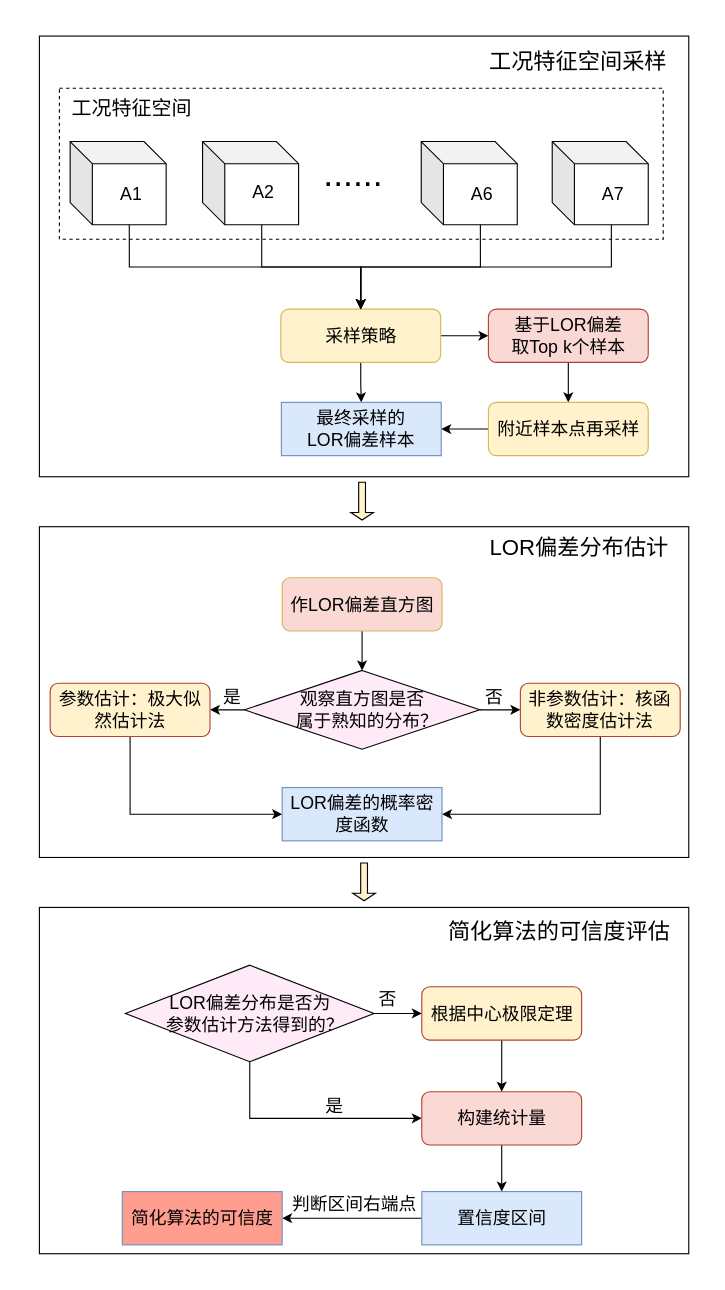
The draw.io diagram 未命名绘图.drawio in ZhangChaoZhong/draw, before the edit. Source tidied: cells renumbered, new cells numbered last; positions are measured from the earlier drawing's top-left corner, leaving out a move shared by most shapes. Both pictures are drawn from the tidied source at 111%, with x=0, y=0 at pixel (39, 36).
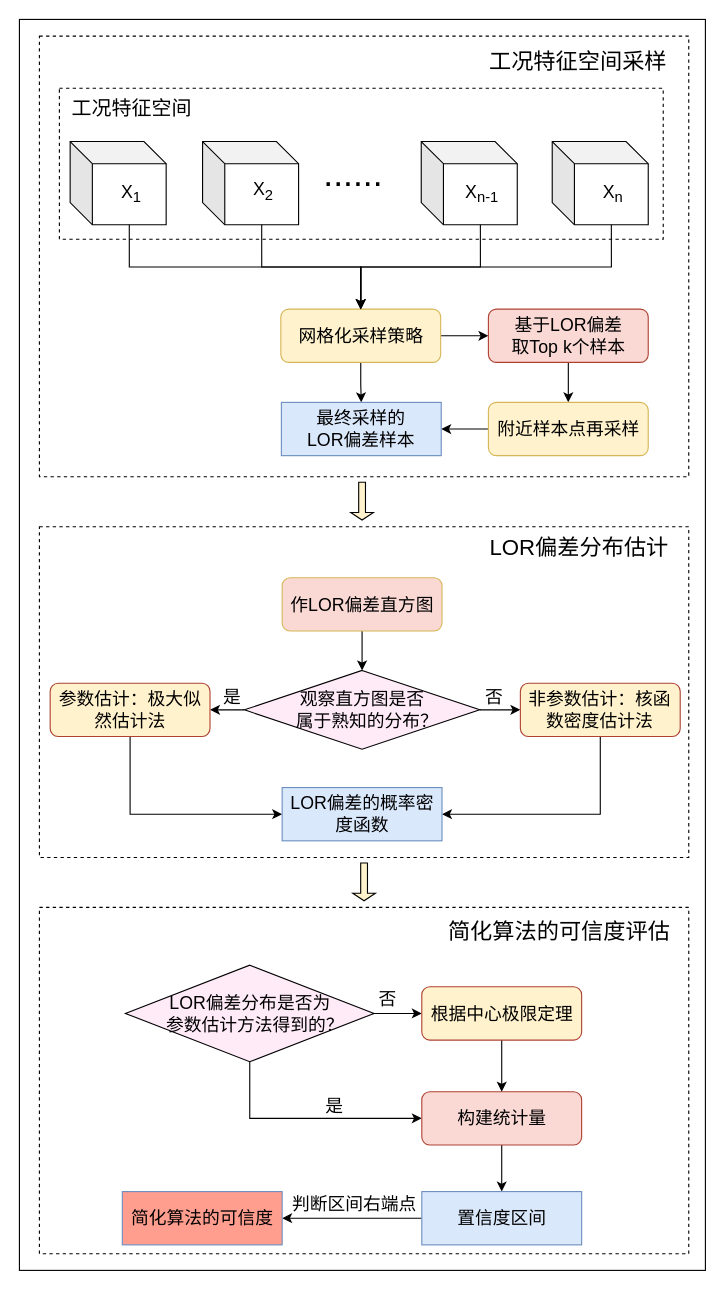
Above is the later version.

Commit message:
更新未命名绘图.drawio

Unchanged cells that the change refers to:
```xml
<mxCell id="8" style="group;" parent="1" vertex="1">
  <mxGeometry x="27.7" y="95" width="86.5" height="75" as="geometry" />
</mxCell>
<mxCell id="11" style="group;" parent="1" vertex="1">
  <mxGeometry x="147" y="93" width="86.5" height="77" as="geometry" />
</mxCell>
<mxCell id="14" style="group;" parent="1" vertex="1">
  <mxGeometry x="344" y="95" width="86.5" height="75" as="geometry" />
</mxCell>
<mxCell id="17" style="group;" parent="1" vertex="1">
  <mxGeometry x="462" y="95" width="86.5" height="75" as="geometry" />
</mxCell>
```

What changed in the source:
```diff
@@
+    <mxCell id="62" style="rounded=0;whiteSpace=wrap;html=1;" parent="1" vertex="1">
+      <mxGeometry x="-18" y="-15" width="618" height="1127" as="geometry" />
+    </mxCell>
-    <mxCell id="2" style="rounded=0;whiteSpace=wrap;html=1;fontSize=16;" parent="1" vertex="1">
+    <mxCell id="2" style="rounded=0;whiteSpace=wrap;html=1;fontSize=16;dashed=1;" parent="1" vertex="1">
       <mxGeometry y="785" width="585" height="312" as="geometry" />
     </mxCell>
-    <mxCell id="3" style="rounded=0;whiteSpace=wrap;html=1;fontSize=16;" parent="1" vertex="1">
+    <mxCell id="3" style="rounded=0;whiteSpace=wrap;html=1;fontSize=16;dashed=1;" parent="1" vertex="1">
       <mxGeometry y="442" width="585" height="298" as="geometry" />
     </mxCell>
-    <mxCell id="4" style="rounded=0;whiteSpace=wrap;html=1;fontSize=16;" parent="1" vertex="1">
+    <mxCell id="4" style="rounded=0;whiteSpace=wrap;html=1;fontSize=16;dashed=1;" parent="1" vertex="1">
       <mxGeometry width="585" height="397" as="geometry" />
     </mxCell>
@@
-    <mxCell id="10" value="A1" style="text;html=1;strokeColor=none;fillColor=none;align=center;verticalAlign=middle;whiteSpace=wrap;rounded=0;fontSize=16;" parent="8" vertex="1">
+    <mxCell id="10" value="X&lt;sub&gt;1&lt;/sub&gt;" style="text;html=1;strokeColor=none;fillColor=none;align=center;verticalAlign=middle;whiteSpace=wrap;rounded=0;fontSize=16;" parent="8" vertex="1">
       <mxGeometry x="35.3" y="37" width="40" height="20" as="geometry" />
     </mxCell>
@@
-    <mxCell id="13" value="A2" style="text;html=1;strokeColor=none;fillColor=none;align=center;verticalAlign=middle;whiteSpace=wrap;rounded=0;fontSize=16;" parent="11" vertex="1">
+    <mxCell id="13" value="X&lt;sub&gt;2&lt;/sub&gt;" style="text;html=1;strokeColor=none;fillColor=none;align=center;verticalAlign=middle;whiteSpace=wrap;rounded=0;fontSize=16;" parent="11" vertex="1">
       <mxGeometry x="35.3" y="37" width="40" height="20" as="geometry" />
     </mxCell>
@@
-    <mxCell id="16" value="A6" style="text;html=1;strokeColor=none;fillColor=none;align=center;verticalAlign=middle;whiteSpace=wrap;rounded=0;fontSize=16;" parent="14" vertex="1">
+    <mxCell id="16" value="X&lt;sub&gt;n-1&lt;/sub&gt;" style="text;html=1;strokeColor=none;fillColor=none;align=center;verticalAlign=middle;whiteSpace=wrap;rounded=0;fontSize=16;" parent="14" vertex="1">
       <mxGeometry x="35.3" y="37" width="40" height="20" as="geometry" />
     </mxCell>
@@
-    <mxCell id="19" value="A7" style="text;html=1;strokeColor=none;fillColor=none;align=center;verticalAlign=middle;whiteSpace=wrap;rounded=0;fontSize=16;" parent="17" vertex="1">
+    <mxCell id="19" value="X&lt;sub&gt;n&lt;/sub&gt;" style="text;html=1;strokeColor=none;fillColor=none;align=center;verticalAlign=middle;whiteSpace=wrap;rounded=0;fontSize=16;" parent="17" vertex="1">
       <mxGeometry x="35.3" y="37" width="40" height="20" as="geometry" />
     </mxCell>
@@
-    <mxCell id="22" value="采样策略" style="rounded=1;whiteSpace=wrap;html=1;fontSize=16;fillColor=#FFF2CC;strokeColor=#d6b656;" parent="1" vertex="1">
+    <mxCell id="22" value="网格化采样策略" style="rounded=1;whiteSpace=wrap;html=1;fontSize=16;fillColor=#FFF2CC;strokeColor=#d6b656;" parent="1" vertex="1">
       <mxGeometry x="217.5" y="246" width="144" height="48" as="geometry" />
     </mxCell>
```
